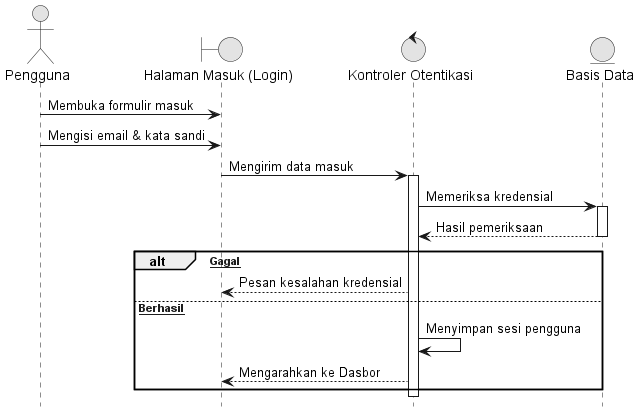
Reyonl/project_TA keeps this PlantUML diagram as docs/diagrams/06_Login.png. Above is the earlier version.
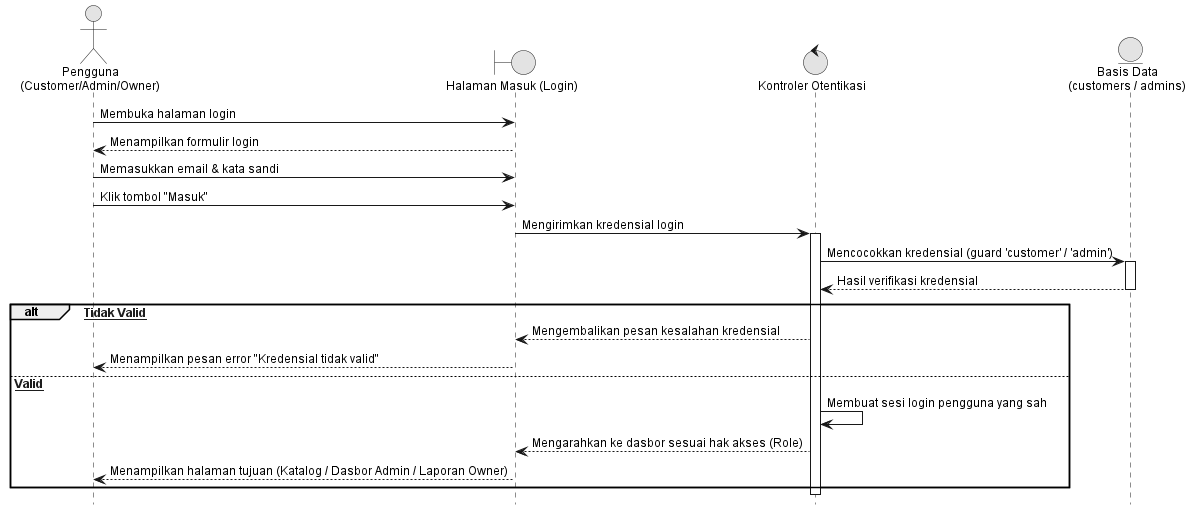
Later version of the same file.

The edit, as a diff of the source:
```diff
@@ -1,27 +1,35 @@
 @startuml 06_Login
 hide footbox
+skinparam backgroundColor white
 skinparam monochrome true
 skinparam shadowing false
+skinparam DefaultFontName Arial
+skinparam DefaultFontSize 12
 
-actor "Pengguna" as Actor
+actor "Pengguna\n(Customer/Admin/Owner)" as Actor
 boundary "Halaman Masuk (Login)" as View
 control "Kontroler Otentikasi" as Controller
-entity "Basis Data" as DB
+entity "Basis Data\n(customers / admins)" as DB
 
-Actor -> View : Membuka formulir masuk
-Actor -> View : Mengisi email & kata sandi
-View -> Controller : Mengirim data masuk
+Actor -> View : Membuka halaman login
+View --> Actor : Menampilkan formulir login
+Actor -> View : Memasukkan email & kata sandi
+Actor -> View : Klik tombol "Masuk"
+View -> Controller : Mengirimkan kredensial login
 activate Controller
-Controller -> DB : Memeriksa kredensial
+
+Controller -> DB : Mencocokkan kredensial (guard 'customer' / 'admin')
 activate DB
-DB --> Controller : Hasil pemeriksaan
+DB --> Controller : Hasil verifikasi kredensial
 deactivate DB
 
-alt [Gagal]
-    Controller --> View : Pesan kesalahan kredensial
-else [Berhasil]
-    Controller -> Controller : Menyimpan sesi pengguna
-    Controller --> View : Mengarahkan ke Dasbor
+alt [Kredensial Tidak Valid]
+    Controller --> View : Mengembalikan pesan kesalahan kredensial
+    View --> Actor : Menampilkan pesan error "Kredensial tidak valid"
+else [Kredensial Valid]
+    Controller -> Controller : Membuat sesi login pengguna yang sah
+    Controller --> View : Mengarahkan ke dasbor sesuai hak akses (Role)
+    View --> Actor : Menampilkan halaman tujuan (Katalog / Dasbor Admin / Laporan Owner)
 end
 deactivate Controller
 @enduml
```
